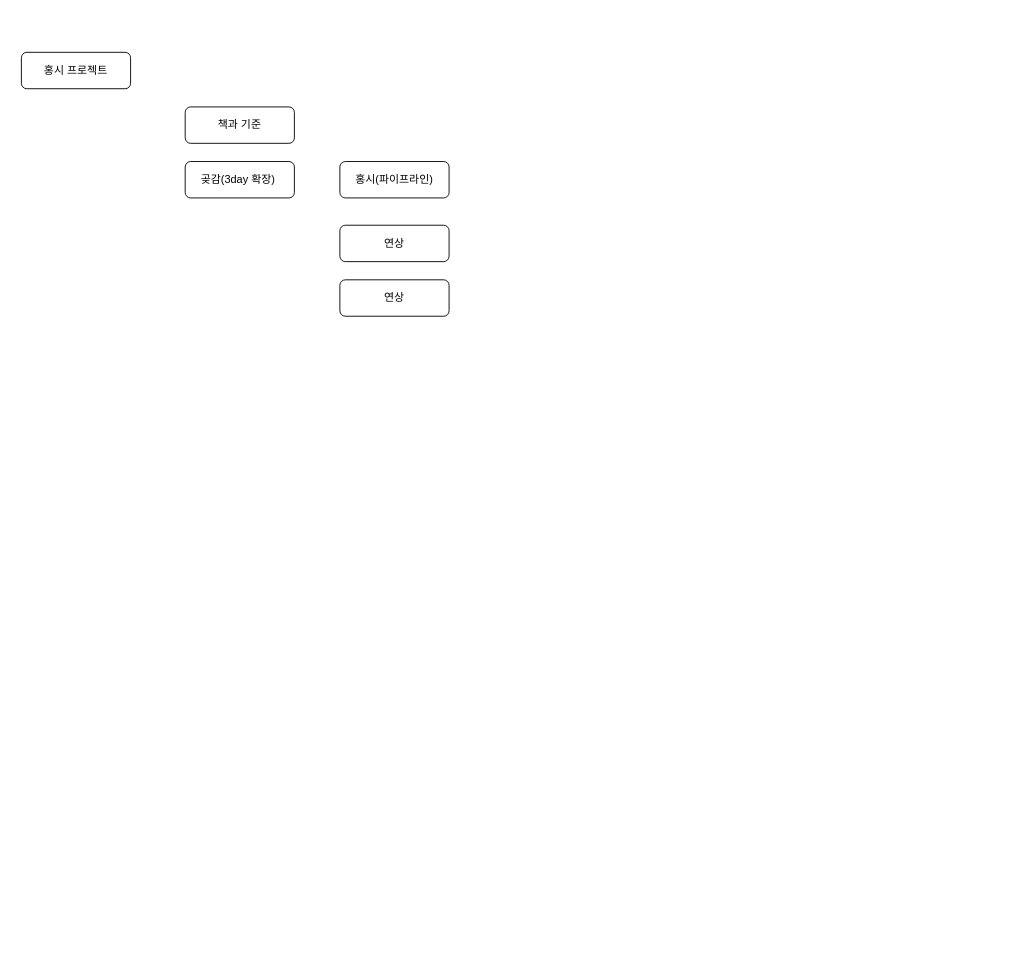
Third-tool/thirdtool-backend keeps this draw.io diagram as 제목 없는 다이어그램.drawio. Above is the earlier version. Source tidied: cells renumbered, new cells numbered last; positions are measured from the earlier drawing's top-left corner, leaving out a move shared by most shapes. Both pictures are drawn from the tidied source at 91%, with x=0, y=0 at pixel (21, 52).
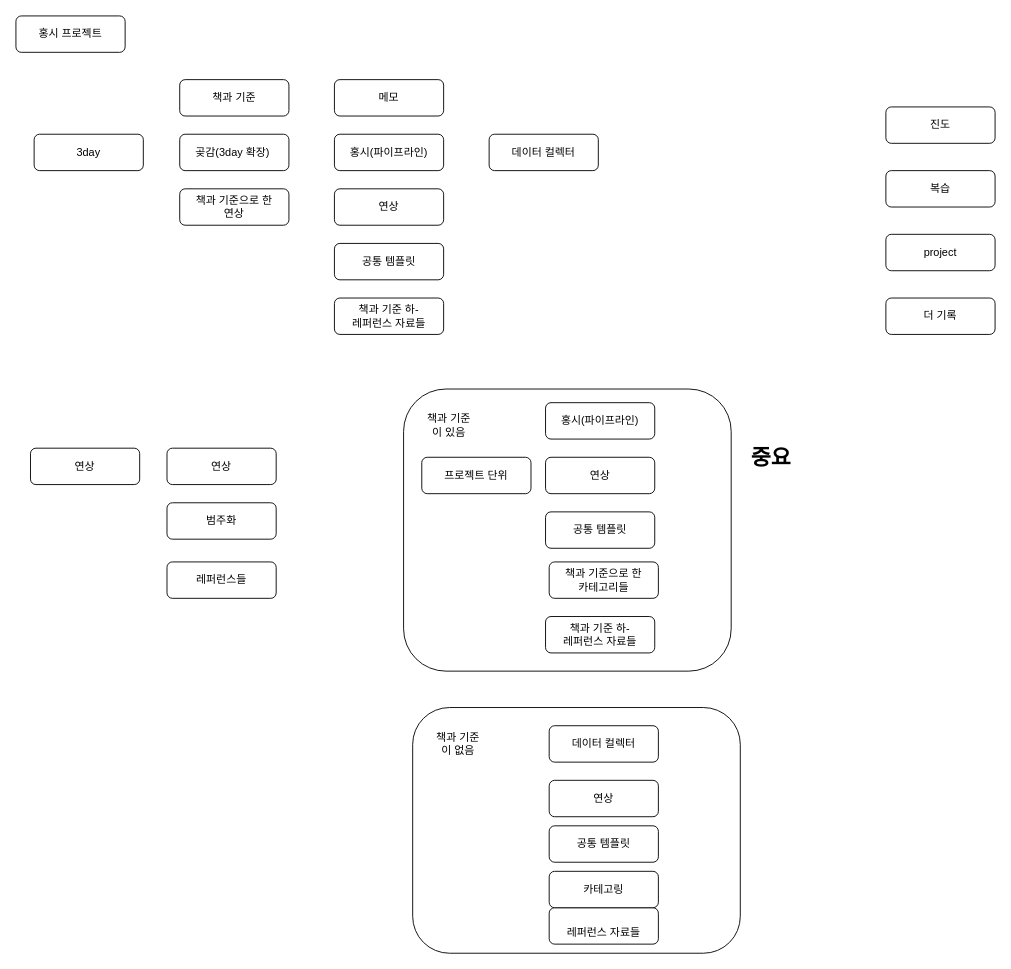
Above is the later version.

Commit message:
제목 없는 다이어그램.drawio 업데이트

Diff of the diagram source:
```diff
@@
+    <mxCell id="8" style="rounded=1;whiteSpace=wrap;html=1;" parent="1" vertex="1">
+      <mxGeometry x="430" y="720" width="360" height="270" as="geometry" />
+    </mxCell>
+    <mxCell id="9" value="책과 기준이 없음" style="text;html=1;whiteSpace=wrap;strokeColor=none;fillColor=none;align=center;verticalAlign=middle;rounded=0;" parent="1" vertex="1">
+      <mxGeometry x="450" y="745" width="60" height="30" as="geometry" />
+    </mxCell>
+    <mxCell id="10" style="rounded=1;whiteSpace=wrap;html=1;" parent="1" vertex="1">
+      <mxGeometry x="420" y="370" width="360" height="310" as="geometry" />
+    </mxCell>
     <mxCell id="2" value="홍시 프로젝트" style="rounded=1;whiteSpace=wrap;html=1;" parent="1" vertex="1">
-      <mxGeometry width="120" height="40" as="geometry" />
+      <mxGeometry x="-6" y="-40" width="120" height="40" as="geometry" />
     </mxCell>
     <mxCell id="3" value="곶감(3day 확장)&amp;nbsp;" style="rounded=1;whiteSpace=wrap;html=1;" parent="1" vertex="1">
-      <mxGeometry x="180" y="120" width="120" height="40" as="geometry" />
+      <mxGeometry x="174" y="90" width="120" height="40" as="geometry" />
     </mxCell>
     <mxCell id="4" value="책과 기준" style="rounded=1;whiteSpace=wrap;html=1;" parent="1" vertex="1">
-      <mxGeometry x="180" y="60" width="120" height="40" as="geometry" />
+      <mxGeometry x="174" y="30" width="120" height="40" as="geometry" />
     </mxCell>
     <mxCell id="5" value="홍시(파이프라인)" style="rounded=1;whiteSpace=wrap;html=1;" parent="1" vertex="1">
-      <mxGeometry x="350" y="120" width="120" height="40" as="geometry" />
+      <mxGeometry x="344" y="90" width="120" height="40" as="geometry" />
     </mxCell>
     <mxCell id="6" value="연상" style="rounded=1;whiteSpace=wrap;html=1;" parent="1" vertex="1">
-      <mxGeometry x="350" y="190" width="120" height="40" as="geometry" />
+      <mxGeometry x="344" y="150" width="120" height="40" as="geometry" />
     </mxCell>
-    <mxCell id="7" value="연상" style="rounded=1;whiteSpace=wrap;html=1;" parent="1" vertex="1">
-      <mxGeometry x="350" y="250" width="120" height="40" as="geometry" />
+    <mxCell id="7" value="공통 템플릿" style="rounded=1;whiteSpace=wrap;html=1;" parent="1" vertex="1">
+      <mxGeometry x="344" y="210" width="120" height="40" as="geometry" />
     </mxCell>
+    <mxCell id="11" value="책과 기준 하-&lt;div&gt;레퍼런스 자료들&lt;/div&gt;" style="rounded=1;whiteSpace=wrap;html=1;" parent="1" vertex="1">
+      <mxGeometry x="344" y="270" width="120" height="40" as="geometry" />
+    </mxCell>
+    <mxCell id="12" value="3day" style="rounded=1;whiteSpace=wrap;html=1;" parent="1" vertex="1">
+      <mxGeometry x="14" y="90" width="120" height="40" as="geometry" />
+    </mxCell>
+    <mxCell id="13" value="데이터 컬렉터" style="rounded=1;whiteSpace=wrap;html=1;" parent="1" vertex="1">
+      <mxGeometry x="580" y="740" width="120" height="40" as="geometry" />
+    </mxCell>
+    <mxCell id="14" value="연상" style="rounded=1;whiteSpace=wrap;html=1;" parent="1" vertex="1">
+      <mxGeometry x="10" y="435" width="120" height="40" as="geometry" />
+    </mxCell>
+    <mxCell id="15" value="연상" style="rounded=1;whiteSpace=wrap;html=1;" parent="1" vertex="1">
+      <mxGeometry x="160" y="435" width="120" height="40" as="geometry" />
+    </mxCell>
+    <mxCell id="16" value="범주화" style="rounded=1;whiteSpace=wrap;html=1;" parent="1" vertex="1">
+      <mxGeometry x="160" y="495" width="120" height="40" as="geometry" />
+    </mxCell>
+    <mxCell id="17" value="프로젝트 단위" style="rounded=1;whiteSpace=wrap;html=1;" parent="1" vertex="1">
+      <mxGeometry x="440" y="445" width="120" height="40" as="geometry" />
+    </mxCell>
+    <mxCell id="18" value="홍시(파이프라인)" style="rounded=1;whiteSpace=wrap;html=1;" parent="1" vertex="1">
+      <mxGeometry x="576" y="385" width="120" height="40" as="geometry" />
+    </mxCell>
+    <mxCell id="19" value="연상" style="rounded=1;whiteSpace=wrap;html=1;" parent="1" vertex="1">
+      <mxGeometry x="576" y="445" width="120" height="40" as="geometry" />
+    </mxCell>
+    <mxCell id="20" value="공통 템플릿" style="rounded=1;whiteSpace=wrap;html=1;" parent="1" vertex="1">
+      <mxGeometry x="576" y="505" width="120" height="40" as="geometry" />
+    </mxCell>
+    <mxCell id="21" value="책과 기준 하-&lt;div&gt;레퍼런스 자료들&lt;/div&gt;" style="rounded=1;whiteSpace=wrap;html=1;" parent="1" vertex="1">
+      <mxGeometry x="576" y="620" width="120" height="40" as="geometry" />
+    </mxCell>
+    <mxCell id="22" value="책과 기준이 있음" style="text;html=1;whiteSpace=wrap;strokeColor=none;fillColor=none;align=center;verticalAlign=middle;rounded=0;" parent="1" vertex="1">
+      <mxGeometry x="440" y="395" width="60" height="30" as="geometry" />
+    </mxCell>
+    <mxCell id="23" value="연상" style="rounded=1;whiteSpace=wrap;html=1;" parent="1" vertex="1">
+      <mxGeometry x="580" y="800" width="120" height="40" as="geometry" />
+    </mxCell>
+    <mxCell id="24" value="공통 템플릿" style="rounded=1;whiteSpace=wrap;html=1;" parent="1" vertex="1">
+      <mxGeometry x="580" y="850" width="120" height="40" as="geometry" />
+    </mxCell>
+    <mxCell id="25" value="&lt;br&gt;&lt;div&gt;레퍼런스 자료들&lt;/div&gt;" style="rounded=1;whiteSpace=wrap;html=1;" parent="1" vertex="1">
+      <mxGeometry x="580" y="940" width="120" height="40" as="geometry" />
+    </mxCell>
+    <mxCell id="26" value="책과 기준으로 한&lt;div&gt;카테고리들&lt;/div&gt;" style="rounded=1;whiteSpace=wrap;html=1;" parent="1" vertex="1">
+      <mxGeometry x="580" y="560" width="120" height="40" as="geometry" />
+    </mxCell>
+    <mxCell id="27" value="카테고링" style="rounded=1;whiteSpace=wrap;html=1;" parent="1" vertex="1">
+      <mxGeometry x="580" y="900" width="120" height="40" as="geometry" />
+    </mxCell>
+    <mxCell id="28" value="데이터 컬렉터" style="rounded=1;whiteSpace=wrap;html=1;" parent="1" vertex="1">
+      <mxGeometry x="514" y="90" width="120" height="40" as="geometry" />
+    </mxCell>
+    <mxCell id="29" value="책과 기준으로 한&lt;div&gt;연상&lt;/div&gt;" style="rounded=1;whiteSpace=wrap;html=1;" parent="1" vertex="1">
+      <mxGeometry x="174" y="150" width="120" height="40" as="geometry" />
+    </mxCell>
+    <mxCell id="30" value="메모" style="rounded=1;whiteSpace=wrap;html=1;" parent="1" vertex="1">
+      <mxGeometry x="344" y="30" width="120" height="40" as="geometry" />
+    </mxCell>
+    <mxCell id="31" value="레퍼런스들" style="rounded=1;whiteSpace=wrap;html=1;" parent="1" vertex="1">
+      <mxGeometry x="160" y="560" width="120" height="40" as="geometry" />
+    </mxCell>
+    <mxCell id="32" value="&lt;h1 style=&quot;margin-top: 0px;&quot;&gt;중요&lt;/h1&gt;&lt;p&gt;&lt;br&gt;&lt;/p&gt;" style="text;html=1;whiteSpace=wrap;overflow=hidden;rounded=0;" parent="1" vertex="1">
+      <mxGeometry x="800" y="425" width="180" height="120" as="geometry" />
+    </mxCell>
+    <mxCell id="33" value="진도" style="rounded=1;whiteSpace=wrap;html=1;" parent="1" vertex="1">
+      <mxGeometry x="950" y="60" width="120" height="40" as="geometry" />
+    </mxCell>
+    <mxCell id="34" value="project" style="rounded=1;whiteSpace=wrap;html=1;" parent="1" vertex="1">
+      <mxGeometry x="950" y="200" width="120" height="40" as="geometry" />
+    </mxCell>
+    <mxCell id="35" value="복습" style="rounded=1;whiteSpace=wrap;html=1;" parent="1" vertex="1">
+      <mxGeometry x="950" y="130" width="120" height="40" as="geometry" />
+    </mxCell>
+    <mxCell id="36" value="더 기록" style="rounded=1;whiteSpace=wrap;html=1;" parent="1" vertex="1">
+      <mxGeometry x="950" y="270" width="120" height="40" as="geometry" />
+    </mxCell>
```
